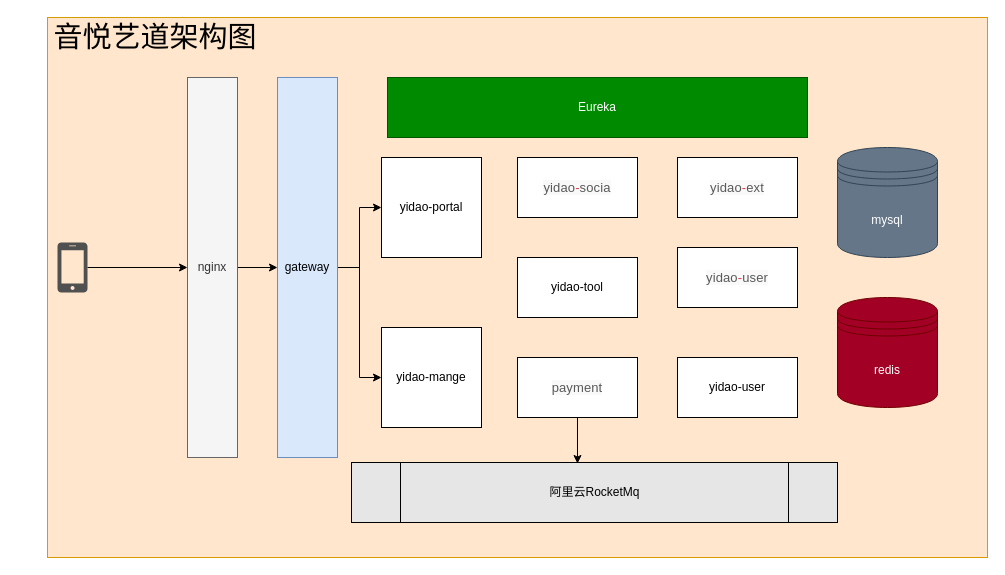
This is 艺道网架构图.drawio from TysonSir/draw.io, a draw.io file, before an edit. Source tidied: cells renumbered, new cells numbered last; positions are measured from the earlier drawing's top-left corner, leaving out a move shared by most shapes. Both pictures are drawn from the tidied source at 100%, with x=0, y=0 at pixel (17, 17).
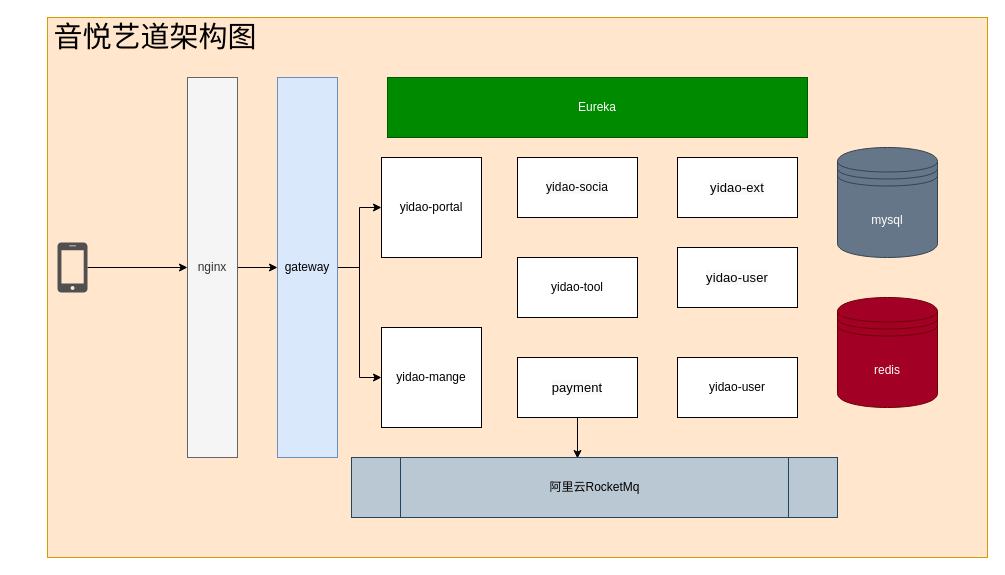
Above is the later version.

Commit message:
Update 艺道网架构图.drawio

Diff of the diagram source:
```diff
@@
-    <mxCell id="12" value="&lt;span class=&quot;cm-variable&quot; style=&quot;box-sizing: border-box ; color: rgb(89 , 89 , 89) ; font-family: , &amp;#34;consolas&amp;#34; , &amp;#34;liberation mono&amp;#34; , &amp;#34;menlo&amp;#34; , &amp;#34;courier&amp;#34; , monospace ; font-size: 13px ; letter-spacing: 0.12px ; background-color: rgb(249 , 249 , 249)&quot;&gt;payment&lt;/span&gt;&lt;span style=&quot;color: rgb(89 , 89 , 89) ; font-family: , &amp;#34;consolas&amp;#34; , &amp;#34;liberation mono&amp;#34; , &amp;#34;menlo&amp;#34; , &amp;#34;courier&amp;#34; , monospace ; font-size: 13px ; letter-spacing: 0.12px ; background-color: rgb(249 , 249 , 249)&quot;&gt; &lt;/span&gt;" style="rounded=0;whiteSpace=wrap;html=1;" parent="1" vertex="1">
+    <mxCell id="12" value="&lt;span class=&quot;cm-variable&quot; style=&quot;box-sizing: border-box ; font-size: 13px ; letter-spacing: 0.12px ; background-color: rgb(249 , 249 , 249)&quot;&gt;payment&lt;/span&gt;&lt;span style=&quot;font-size: 13px ; letter-spacing: 0.12px ; background-color: rgb(249 , 249 , 249)&quot;&gt; &lt;/span&gt;" style="rounded=0;whiteSpace=wrap;html=1;" parent="1" vertex="1">
       <mxGeometry x="500" y="340" width="120" height="60" as="geometry" />
     </mxCell>
@@
-    <mxCell id="14" value="&lt;span class=&quot;cm-variable&quot; style=&quot;box-sizing: border-box ; color: rgb(89 , 89 , 89) ; font-family: , &amp;#34;consolas&amp;#34; , &amp;#34;liberation mono&amp;#34; , &amp;#34;menlo&amp;#34; , &amp;#34;courier&amp;#34; , monospace ; font-size: 13px ; letter-spacing: 0.12px ; background-color: rgb(249 , 249 , 249)&quot;&gt;yidao&lt;/span&gt;&lt;span class=&quot;cm-operator&quot; style=&quot;box-sizing: border-box ; color: rgb(215 , 58 , 73) ; font-family: , &amp;#34;consolas&amp;#34; , &amp;#34;liberation mono&amp;#34; , &amp;#34;menlo&amp;#34; , &amp;#34;courier&amp;#34; , monospace ; font-size: 13px ; letter-spacing: 0.12px ; background-color: rgb(249 , 249 , 249)&quot;&gt;-&lt;/span&gt;&lt;span class=&quot;cm-variable&quot; style=&quot;box-sizing: border-box ; color: rgb(89 , 89 , 89) ; font-family: , &amp;#34;consolas&amp;#34; , &amp;#34;liberation mono&amp;#34; , &amp;#34;menlo&amp;#34; , &amp;#34;courier&amp;#34; , monospace ; font-size: 13px ; letter-spacing: 0.12px ; background-color: rgb(249 , 249 , 249)&quot;&gt;socia&lt;/span&gt;" style="rounded=0;whiteSpace=wrap;html=1;" parent="1" vertex="1">
+    <mxCell id="14" value="&lt;font style=&quot;font-size: 12px&quot;&gt;&lt;span class=&quot;cm-variable&quot; style=&quot;box-sizing: border-box ; letter-spacing: 0.12px ; background-color: rgb(249 , 249 , 249)&quot;&gt;yidao&lt;/span&gt;&lt;span class=&quot;cm-operator&quot; style=&quot;box-sizing: border-box ; letter-spacing: 0.12px ; background-color: rgb(249 , 249 , 249)&quot;&gt;-&lt;/span&gt;&lt;span class=&quot;cm-variable&quot; style=&quot;box-sizing: border-box ; letter-spacing: 0.12px ; background-color: rgb(249 , 249 , 249)&quot;&gt;socia&lt;/span&gt;&lt;/font&gt;" style="rounded=0;whiteSpace=wrap;html=1;fillColor=#ffffff;" parent="1" vertex="1">
       <mxGeometry x="500" y="140" width="120" height="60" as="geometry" />
     </mxCell>
-    <mxCell id="15" value="&lt;span class=&quot;cm-variable&quot; style=&quot;box-sizing: border-box ; color: rgb(89 , 89 , 89) ; font-family: , &amp;#34;consolas&amp;#34; , &amp;#34;liberation mono&amp;#34; , &amp;#34;menlo&amp;#34; , &amp;#34;courier&amp;#34; , monospace ; font-size: 13px ; letter-spacing: 0.12px ; background-color: rgb(249 , 249 , 249)&quot;&gt;yidao&lt;/span&gt;&lt;span class=&quot;cm-operator&quot; style=&quot;box-sizing: border-box ; color: rgb(215 , 58 , 73) ; font-family: , &amp;#34;consolas&amp;#34; , &amp;#34;liberation mono&amp;#34; , &amp;#34;menlo&amp;#34; , &amp;#34;courier&amp;#34; , monospace ; font-size: 13px ; letter-spacing: 0.12px ; background-color: rgb(249 , 249 , 249)&quot;&gt;-&lt;/span&gt;&lt;span class=&quot;cm-operator&quot; style=&quot;box-sizing: border-box ; font-size: 13px ; letter-spacing: 0.12px ; background-color: rgb(249 , 249 , 249)&quot;&gt;&lt;font color=&quot;#595959&quot;&gt;ext&lt;/font&gt;&lt;/span&gt;" style="rounded=0;whiteSpace=wrap;html=1;" parent="1" vertex="1">
+    <mxCell id="15" value="&lt;span class=&quot;cm-variable&quot; style=&quot;box-sizing: border-box ; font-size: 13px ; letter-spacing: 0.12px ; background-color: rgb(249 , 249 , 249)&quot;&gt;yidao&lt;/span&gt;&lt;span class=&quot;cm-operator&quot; style=&quot;box-sizing: border-box ; font-size: 13px ; letter-spacing: 0.12px ; background-color: rgb(249 , 249 , 249)&quot;&gt;-&lt;/span&gt;&lt;span class=&quot;cm-operator&quot; style=&quot;box-sizing: border-box ; font-size: 13px ; letter-spacing: 0.12px ; background-color: rgb(249 , 249 , 249)&quot;&gt;ext&lt;/span&gt;" style="rounded=0;whiteSpace=wrap;html=1;" parent="1" vertex="1">
       <mxGeometry x="660" y="140" width="120" height="60" as="geometry" />
     </mxCell>
-    <mxCell id="16" value="&lt;span class=&quot;cm-variable&quot; style=&quot;text-align: left ; box-sizing: border-box ; color: rgb(89 , 89 , 89) ; font-size: 13px ; letter-spacing: 0.12px ; background-color: rgb(249 , 249 , 249)&quot;&gt;yidao&lt;/span&gt;&lt;span class=&quot;cm-operator&quot; style=&quot;text-align: left ; box-sizing: border-box ; color: rgb(215 , 58 , 73) ; font-size: 13px ; letter-spacing: 0.12px ; background-color: rgb(249 , 249 , 249)&quot;&gt;-&lt;/span&gt;&lt;span class=&quot;cm-variable&quot; style=&quot;text-align: left ; box-sizing: border-box ; color: rgb(89 , 89 , 89) ; font-size: 13px ; letter-spacing: 0.12px ; background-color: rgb(249 , 249 , 249)&quot;&gt;user&lt;/span&gt;" style="rounded=0;whiteSpace=wrap;html=1;" parent="1" vertex="1">
+    <mxCell id="16" value="&lt;span class=&quot;cm-variable&quot; style=&quot;text-align: left ; box-sizing: border-box ; font-size: 13px ; letter-spacing: 0.12px ; background-color: rgb(249 , 249 , 249)&quot;&gt;yidao&lt;/span&gt;&lt;span class=&quot;cm-operator&quot; style=&quot;text-align: left ; box-sizing: border-box ; font-size: 13px ; letter-spacing: 0.12px ; background-color: rgb(249 , 249 , 249)&quot;&gt;-&lt;/span&gt;&lt;span class=&quot;cm-variable&quot; style=&quot;text-align: left ; box-sizing: border-box ; font-size: 13px ; letter-spacing: 0.12px ; background-color: rgb(249 , 249 , 249)&quot;&gt;user&lt;/span&gt;" style="rounded=0;whiteSpace=wrap;html=1;" parent="1" vertex="1">
       <mxGeometry x="660" y="230" width="120" height="60" as="geometry" />
     </mxCell>
@@
-    <mxCell id="22" value="阿里云RocketMq" style="shape=process;whiteSpace=wrap;html=1;backgroundOutline=1;fillColor=#E6E6E6;" parent="1" vertex="1">
-      <mxGeometry x="334" y="445" width="486" height="60" as="geometry" />
+    <mxCell id="22" value="阿里云RocketMq" style="shape=process;whiteSpace=wrap;html=1;backgroundOutline=1;fillColor=#bac8d3;strokeColor=#23445d;" parent="1" vertex="1">
+      <mxGeometry x="334" y="440" width="486" height="60" as="geometry" />
     </mxCell>
```
